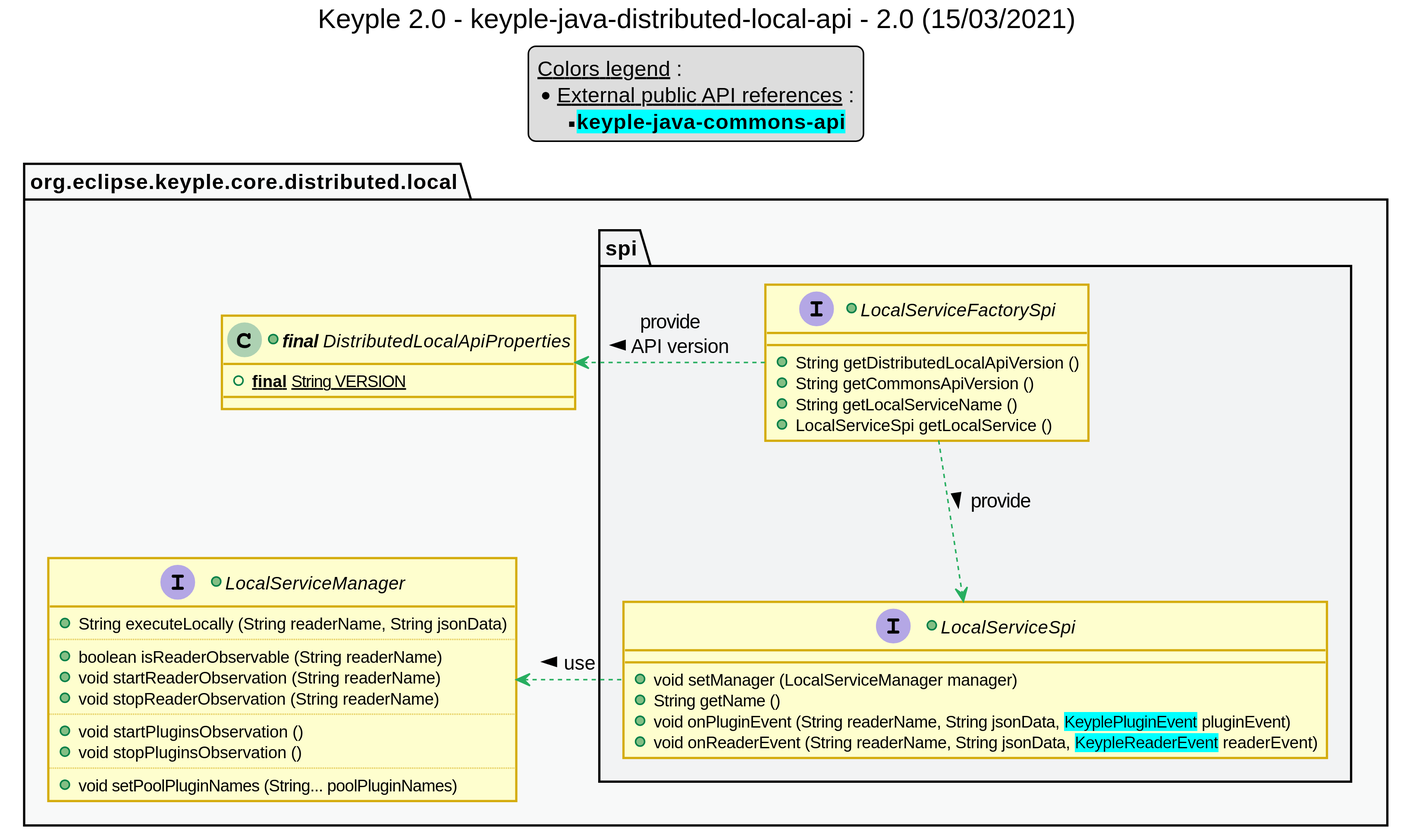
Earlier version of the PlantUML export uml/class/private-api/keyple_2_0_class_distributed_local_api.svg (calypsonet/keyple_2_0).
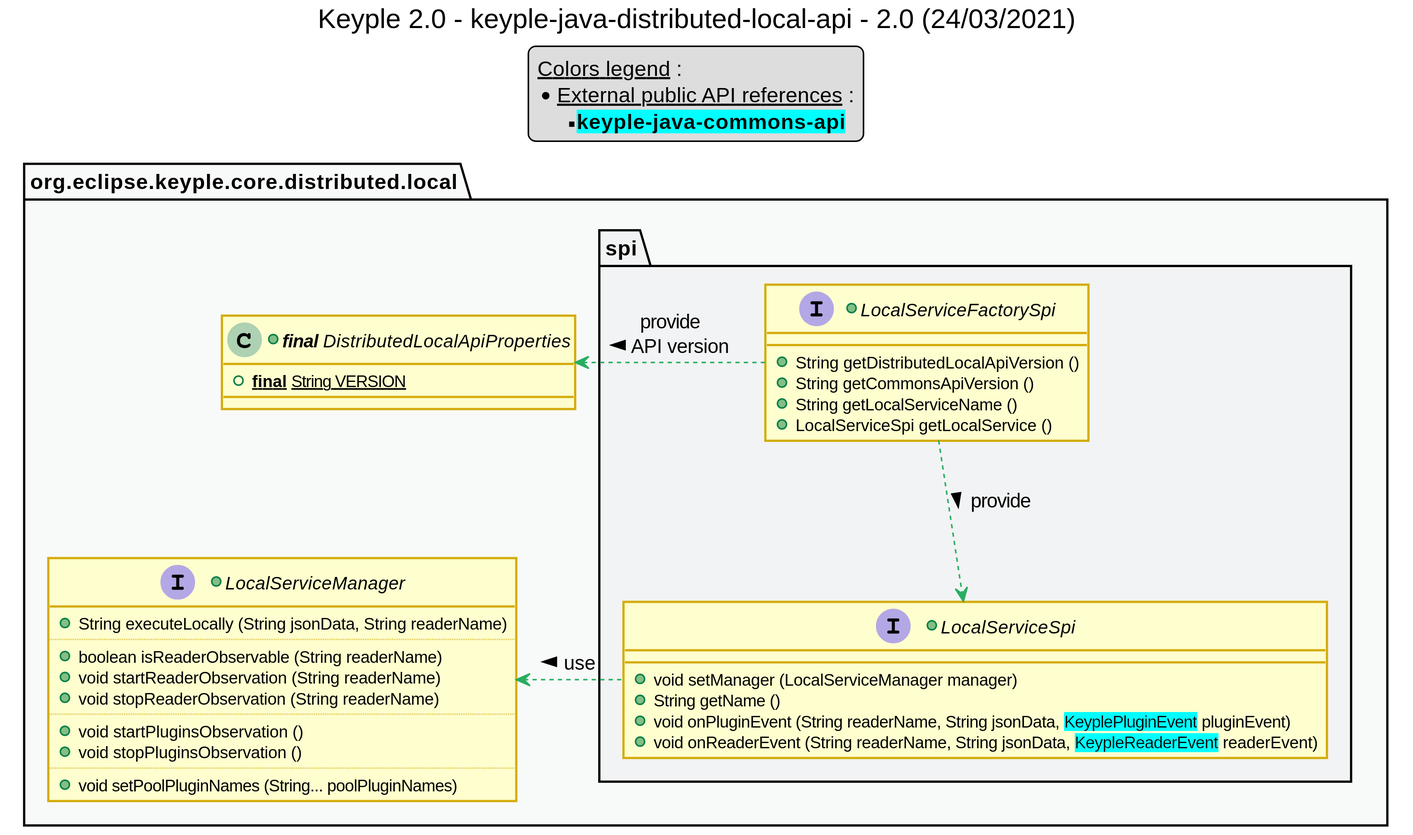
Later version of the same file.

Diff of the diagram source:
```diff
@@ -1,6 +1,6 @@
 @startuml
 title
-    Keyple 2.0 - keyple-java-distributed-local-api - 2.0 (15/03/2021)
+    Keyple 2.0 - keyple-java-distributed-local-api - 2.0 (24/03/2021)
 end title
 
 
@@ -48,7 +48,7 @@
         +{static} **final** String VERSION
     }
     +interface LocalServiceManager {
-        +String executeLocally (String readerName, String jsonData)
+        +String executeLocally (String jsonData, String readerName)
         ..
         +boolean isReaderObservable (String readerName)
         +void startReaderObservation (String readerName)
```
